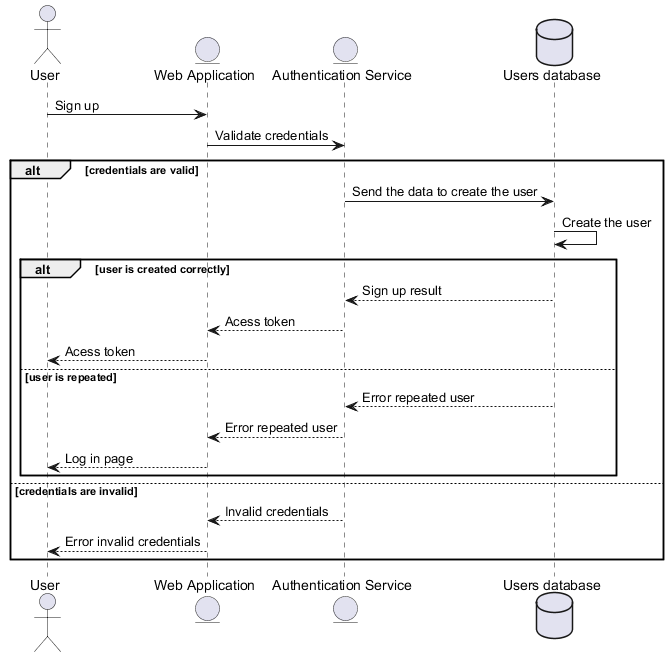
Above: images/Authentication Sign Up Sequence.png in Arquisoft/wichat_en1b (PlantUML), before the change.
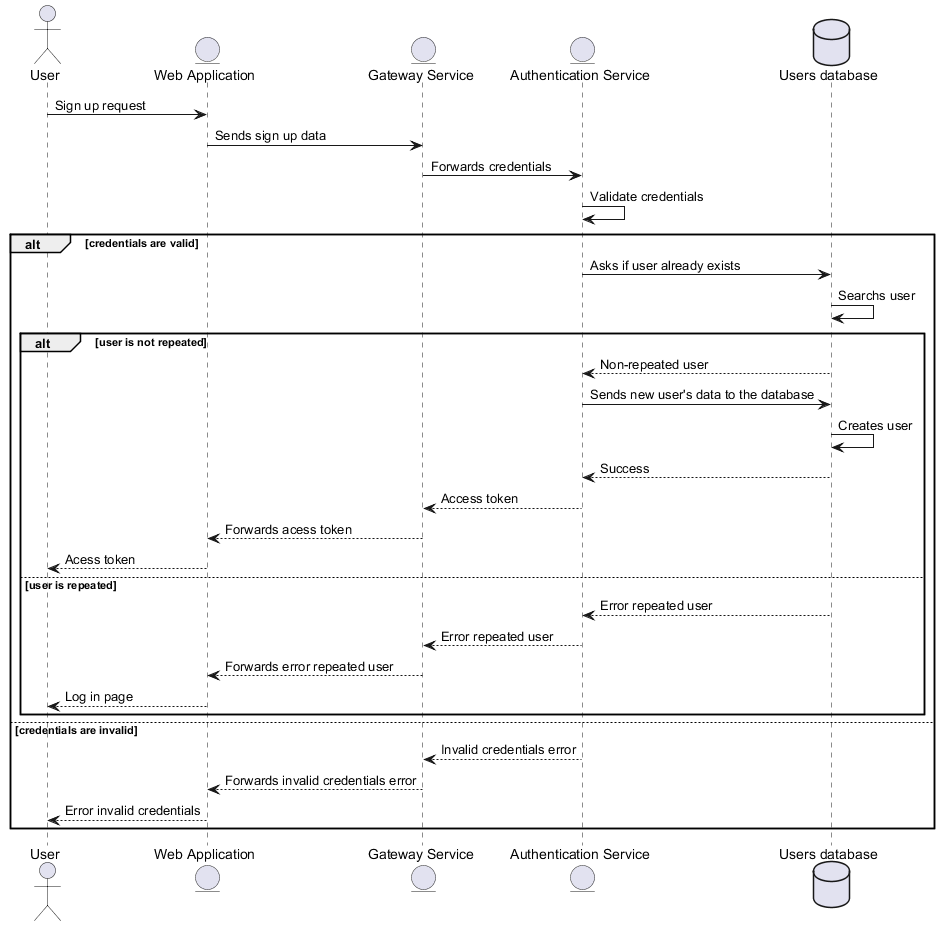
Later version of the same file.

What changed in the source:
```diff
@@ -1,25 +1,34 @@
 @startuml
 actor User
 entity "Web Application" as App
+entity "Gateway Service" as Gat
 entity "Authentication Service" as Auth
 database "Users database" as Ust
 
-User -> App: Sign up
-App -> Auth: Validate credentials
+User -> App: Sign up request
+App -> Gat: Sends sign up data
+Gat -> Auth: Forwards credentials
+Auth -> Auth: Validate credentials
 alt credentials are valid
-    Auth -> Ust: Send the data to create the user
-    Ust -> Ust: Create the user
-    alt user is created correctly
-        Ust --> Auth: Sign up result
-        Auth --> App: Acess token
+    Auth -> Ust: Asks if user already exists
+    Ust -> Ust: Searchs user
+    alt user is not repeated
+        Ust --> Auth: Non-repeated user
+        Auth -> Ust: Sends new user's data to the database
+        Ust -> Ust: Creates user
+        Ust --> Auth: Success
+        Auth --> Gat: Access token
+        Gat --> App: Forwards acess token
         App --> User: Acess token
     else user is repeated
         Ust --> Auth: Error repeated user
-        Auth --> App: Error repeated user
+        Auth --> Gat: Error repeated user
+        Gat --> App: Forwards error repeated user
         App --> User: Log in page
     end
 else credentials are invalid
-    Auth --> App: Invalid credentials
+    Auth --> Gat: Invalid credentials error
+    Gat --> App: Forwards invalid credentials error
     App --> User: Error invalid credentials
 end
 @enduml
```
